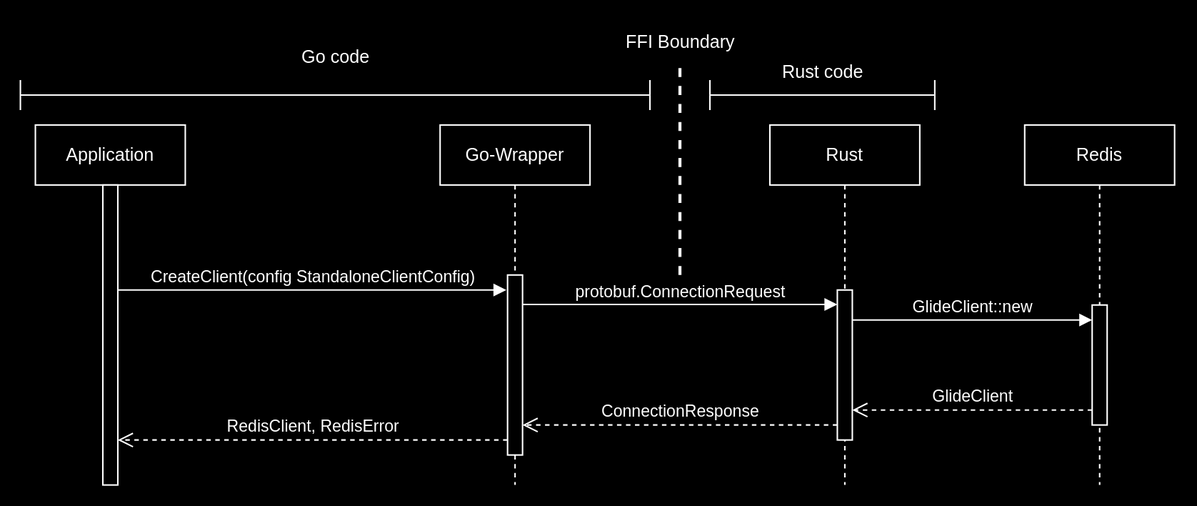
Earlier version of the draw.io export docs/img/FFI-conn-sequence.svg (Bit-Quill/valkey-glide). Source tidied: cells renumbered, new cells last; positions are measured from the earlier drawing's top-left corner, leaving out a move shared by most shapes.
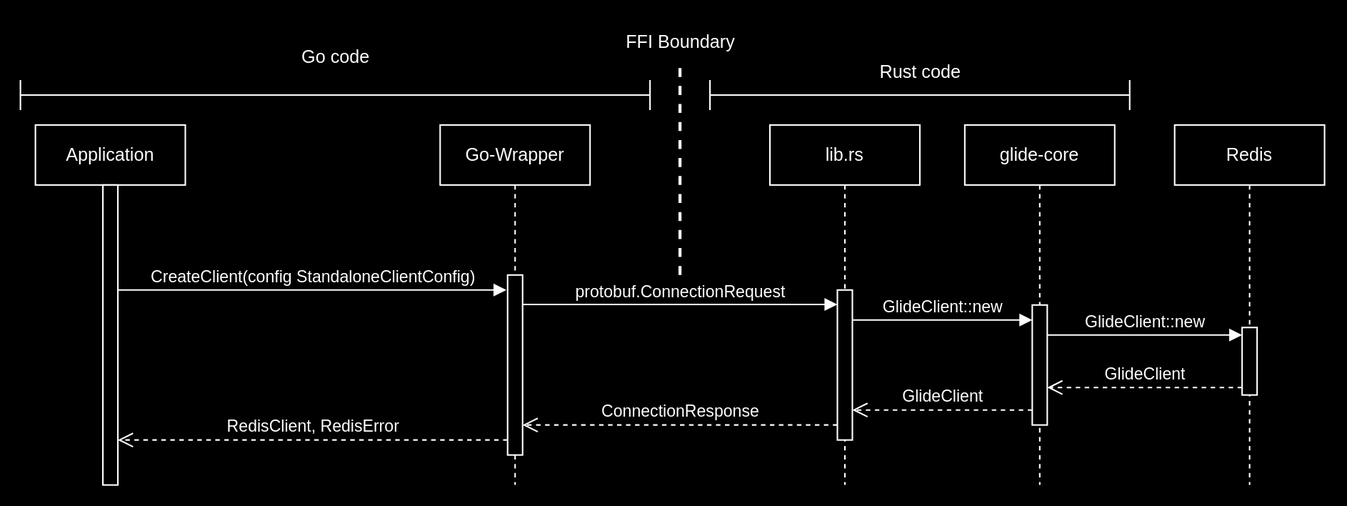
After the commit.

Commit message:
Add glide-core to connection sequence diagram

What changed in the source:
```diff
@@ -14,14 +14,14 @@
     <mxCell id="5" style="html=1;perimeter=orthogonalPerimeter;targetShapes=umlLifeline;newEdgeStyle={&quot;edgeStyle&quot;:&quot;elbowEdgeStyle&quot;,&quot;elbow&quot;:&quot;vertical&quot;,&quot;curved&quot;:0,&quot;rounded&quot;:0};" parent="4" vertex="1">
       <mxGeometry x="45" y="100" width="10" height="120" as="geometry" />
     </mxCell>
-    <mxCell id="6" value="Rust" style="shape=umlLifeline;perimeter=lifelinePerimeter;whiteSpace=wrap;html=1;newEdgeStyle={&quot;edgeStyle&quot;:&quot;elbowEdgeStyle&quot;,&quot;elbow&quot;:&quot;vertical&quot;,&quot;curved&quot;:0,&quot;rounded&quot;:0};" parent="1" vertex="1">
+    <mxCell id="6" value="lib.rs" style="shape=umlLifeline;perimeter=lifelinePerimeter;whiteSpace=wrap;html=1;newEdgeStyle={&quot;edgeStyle&quot;:&quot;elbowEdgeStyle&quot;,&quot;elbow&quot;:&quot;vertical&quot;,&quot;curved&quot;:0,&quot;rounded&quot;:0};" parent="1" vertex="1">
       <mxGeometry x="500" y="70" width="100" height="240" as="geometry" />
     </mxCell>
     <mxCell id="7" style="html=1;perimeter=orthogonalPerimeter;targetShapes=umlLifeline;newEdgeStyle={&quot;edgeStyle&quot;:&quot;elbowEdgeStyle&quot;,&quot;elbow&quot;:&quot;vertical&quot;,&quot;curved&quot;:0,&quot;rounded&quot;:0};" parent="6" vertex="1">
       <mxGeometry x="45" y="110" width="10" height="100" as="geometry" />
     </mxCell>
-    <mxCell id="8" value="Redis" style="shape=umlLifeline;perimeter=lifelinePerimeter;whiteSpace=wrap;html=1;newEdgeStyle={&quot;edgeStyle&quot;:&quot;elbowEdgeStyle&quot;,&quot;elbow&quot;:&quot;vertical&quot;,&quot;curved&quot;:0,&quot;rounded&quot;:0};" parent="1" vertex="1">
-      <mxGeometry x="670" y="70" width="100" height="240" as="geometry" />
+    <mxCell id="8" value="glide-core" style="shape=umlLifeline;perimeter=lifelinePerimeter;whiteSpace=wrap;html=1;newEdgeStyle={&quot;edgeStyle&quot;:&quot;elbowEdgeStyle&quot;,&quot;elbow&quot;:&quot;vertical&quot;,&quot;curved&quot;:0,&quot;rounded&quot;:0};" parent="1" vertex="1">
+      <mxGeometry x="630" y="70" width="100" height="240" as="geometry" />
     </mxCell>
     <mxCell id="9" style="html=1;points=[[0,0,0,0,5],[0,1,0,0,-5],[1,0,0,0,5],[1,1,0,0,-5]];perimeter=orthogonalPerimeter;outlineConnect=0;targetShapes=umlLifeline;portConstraint=eastwest;newEdgeStyle={&quot;curved&quot;:0,&quot;rounded&quot;:0};" parent="8" vertex="1">
       <mxGeometry x="45" y="120" width="10" height="80" as="geometry" />
@@ -77,14 +77,26 @@
     <mxCell id="20" value="Go code" style="text;html=1;align=center;verticalAlign=middle;strokeColor=none;fillColor=none;" parent="18" vertex="1">
       <mxGeometry x="175" width="70" height="30" as="geometry" />
     </mxCell>
-    <mxCell id="21" style="group;" parent="1" vertex="1">
-      <mxGeometry x="460" y="20" width="150" height="40" as="geometry" />
-    </mxCell>
+    <mxCell id="24" style="group;" parent="1" vertex="1">
+      <mxGeometry x="460" y="20" width="280" height="40" as="geometry" />
+    </mxCell>
-    <mxCell id="22" style="shape=crossbar;whiteSpace=wrap;html=1;rounded=1;" parent="21" vertex="1">
-      <mxGeometry y="20" width="150" height="20" as="geometry" />
+    <mxCell id="22" style="shape=crossbar;whiteSpace=wrap;html=1;rounded=1;" parent="24" vertex="1">
+      <mxGeometry y="20" width="280" height="20" as="geometry" />
     </mxCell>
-    <mxCell id="23" value="Rust code" style="text;html=1;align=center;verticalAlign=middle;strokeColor=none;fillColor=none;" parent="21" vertex="1">
-      <mxGeometry x="35" width="80" height="30" as="geometry" />
+    <mxCell id="23" value="Rust code" style="text;html=1;align=center;verticalAlign=middle;strokeColor=none;fillColor=none;" parent="24" vertex="1">
+      <mxGeometry x="100" width="80" height="30" as="geometry" />
     </mxCell>
+    <mxCell id="25" value="Redis" style="shape=umlLifeline;perimeter=lifelinePerimeter;whiteSpace=wrap;html=1;newEdgeStyle={&quot;edgeStyle&quot;:&quot;elbowEdgeStyle&quot;,&quot;elbow&quot;:&quot;vertical&quot;,&quot;curved&quot;:0,&quot;rounded&quot;:0};" parent="1" vertex="1">
+      <mxGeometry x="770" y="70" width="100" height="240" as="geometry" />
+    </mxCell>
+    <mxCell id="26" style="html=1;points=[[0,0,0,0,5],[0,1,0,0,-5],[1,0,0,0,5],[1,1,0,0,-5]];perimeter=orthogonalPerimeter;outlineConnect=0;targetShapes=umlLifeline;portConstraint=eastwest;newEdgeStyle={&quot;curved&quot;:0,&quot;rounded&quot;:0};" parent="25" vertex="1">
+      <mxGeometry x="45" y="135" width="10" height="45" as="geometry" />
+    </mxCell>
+    <mxCell id="27" value="GlideClient::new" style="html=1;verticalAlign=bottom;endArrow=block;curved=0;rounded=0;entryX=0;entryY=0;entryDx=0;entryDy=5;" parent="1" edge="1" source="9" target="26">
+      <mxGeometry relative="1" as="geometry" />
+    </mxCell>
+    <mxCell id="28" value="GlideClient" style="html=1;verticalAlign=bottom;endArrow=open;dashed=1;endSize=8;curved=0;rounded=0;exitX=0;exitY=1;exitDx=0;exitDy=-5;" parent="1" edge="1" source="26" target="9">
+      <mxGeometry relative="1" as="geometry" />
+    </mxCell>
   </root>
 </mxGraphModel>
```
